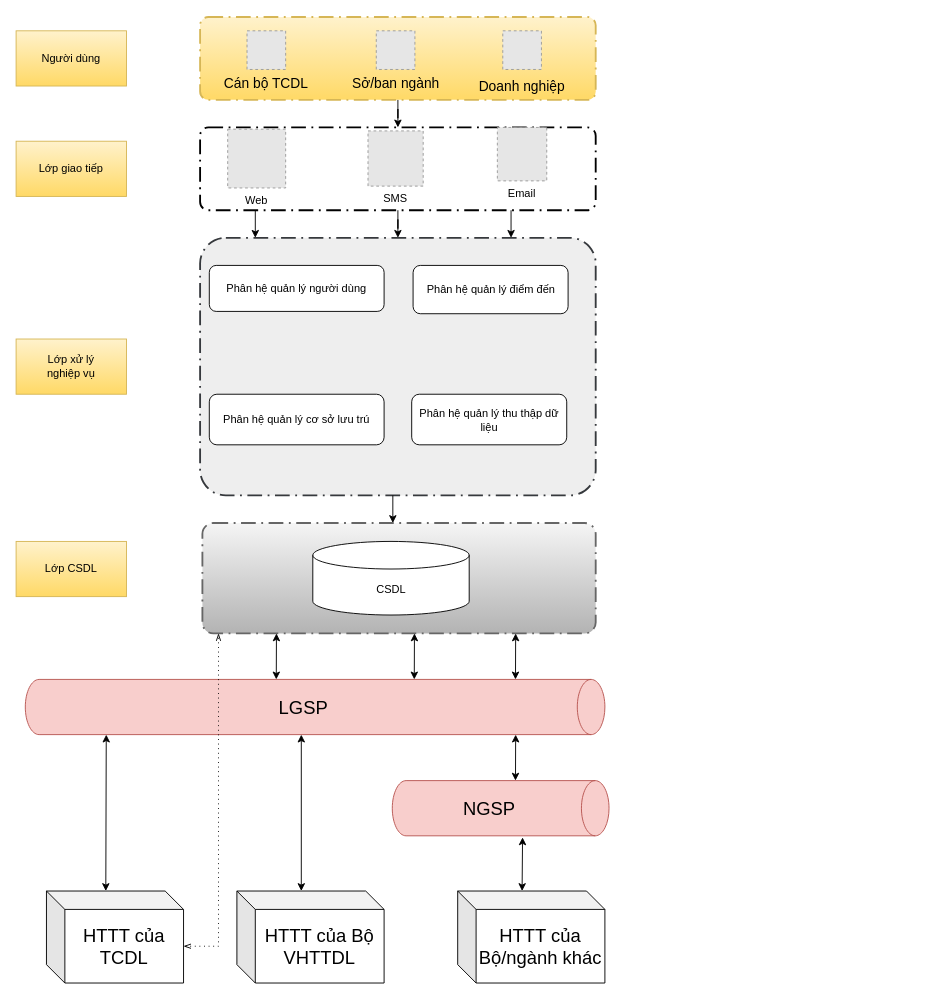
Earlier version of the draw.io diagram page "DU_LIEU_CHUYEN_NGANH" (3 of 5) of tcdl.drawio (letheanh12345/Draw-io). Source tidied: cells renumbered, new cells numbered last; positions are measured from the earlier drawing's top-left corner, leaving out a move shared by most shapes. Both pictures are drawn from the tidied source at 92%, with x=0, y=0 at pixel (16, 17). Pictures stored in the file or linked from it are replaced by grey dashed boxes.
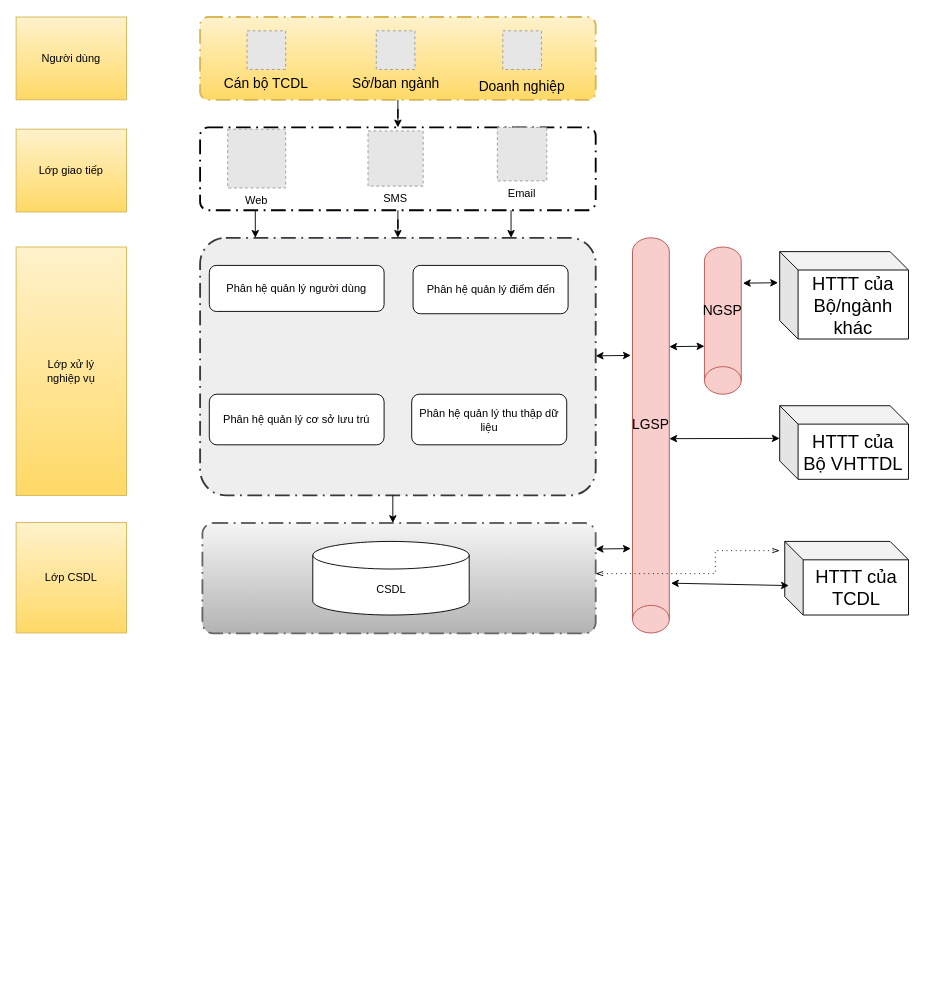
The same diagram, later.

The edit, as a diff of the source:
```diff
@@
     <mxCell id="17" value="Người dùng" style="rounded=0;whiteSpace=wrap;html=1;fillColor=#fff2cc;gradientColor=#ffd966;strokeColor=#d6b656;" parent="1" vertex="1">
-      <mxGeometry y="15" width="120" height="60" as="geometry" />
+      <mxGeometry width="120" height="90" as="geometry" />
     </mxCell>
     <mxCell id="18" value="Lớp giao tiếp" style="rounded=0;whiteSpace=wrap;html=1;fillColor=#fff2cc;gradientColor=#ffd966;strokeColor=#d6b656;" parent="1" vertex="1">
-      <mxGeometry y="135" width="120" height="60" as="geometry" />
+      <mxGeometry y="121.9" width="120" height="90" as="geometry" />
     </mxCell>
     <mxCell id="19" value="Lớp xử lý &lt;br&gt;nghiệp vụ" style="rounded=0;whiteSpace=wrap;html=1;fillColor=#fff2cc;gradientColor=#ffd966;strokeColor=#d6b656;" parent="1" vertex="1">
-      <mxGeometry y="350" width="120" height="60" as="geometry" />
+      <mxGeometry y="250" width="120" height="270" as="geometry" />
     </mxCell>
     <mxCell id="20" value="Lớp CSDL" style="rounded=0;whiteSpace=wrap;html=1;fillColor=#fff2cc;gradientColor=#ffd966;strokeColor=#d6b656;" parent="1" vertex="1">
-      <mxGeometry y="570" width="120" height="60" as="geometry" />
+      <mxGeometry y="549.5" width="120" height="120" as="geometry" />
     </mxCell>
@@
+    <mxCell id="39" value="Cán bộ TCDL" style="text;html=1;strokeColor=none;fillColor=none;align=center;verticalAlign=middle;whiteSpace=wrap;rounded=0;fontSize=15;" parent="1" vertex="1">
+      <mxGeometry x="222" y="57" width="100" height="30" as="geometry" />
+    </mxCell>
+    <mxCell id="40" value="Sở/ban ngành" style="text;html=1;strokeColor=none;fillColor=none;align=center;verticalAlign=middle;whiteSpace=wrap;rounded=0;fontSize=15;" parent="1" vertex="1">
+      <mxGeometry x="362.5" y="57" width="100" height="30" as="geometry" />
+    </mxCell>
+    <mxCell id="41" value="Doanh nghiệp" style="text;html=1;strokeColor=none;fillColor=none;align=center;verticalAlign=middle;whiteSpace=wrap;rounded=0;fontSize=15;" parent="1" vertex="1">
+      <mxGeometry x="500" y="60" width="100" height="30" as="geometry" />
+    </mxCell>
-    <mxCell id="26" value="&lt;font style=&quot;font-size: 20px;&quot;&gt;LGSP&lt;/font&gt;" style="shape=cylinder3;whiteSpace=wrap;html=1;boundedLbl=1;backgroundOutline=1;size=15;direction=south;fillColor=#f8cecc;strokeColor=#b85450;" parent="1" vertex="1">
-      <mxGeometry x="10" y="720" width="630" height="60" as="geometry" />
+    <mxCell id="26" value="&lt;font style=&quot;font-size: 15px;&quot;&gt;LGSP&lt;/font&gt;" style="shape=cylinder3;whiteSpace=wrap;html=1;boundedLbl=1;backgroundOutline=1;size=15;direction=west;fillColor=#f8cecc;strokeColor=#b85450;" parent="1" vertex="1">
+      <mxGeometry x="670" y="240" width="40" height="429.5" as="geometry" />
     </mxCell>
     <mxCell id="27" value="HTTT của TCDL" style="shape=cube;whiteSpace=wrap;html=1;boundedLbl=1;backgroundOutline=1;darkOpacity=0.05;darkOpacity2=0.1;fontSize=20;" parent="1" vertex="1">
-      <mxGeometry x="33" y="950" width="149" height="100" as="geometry" />
+      <mxGeometry x="835.5" y="570" width="134.5" height="80" as="geometry" />
     </mxCell>
     <mxCell id="28" value="HTTT của Bộ VHTTDL" style="shape=cube;whiteSpace=wrap;html=1;boundedLbl=1;backgroundOutline=1;darkOpacity=0.05;darkOpacity2=0.1;fontSize=20;" parent="1" vertex="1">
-      <mxGeometry x="240" y="950" width="160" height="100" as="geometry" />
+      <mxGeometry x="830" y="422.5" width="140" height="80" as="geometry" />
     </mxCell>
     <mxCell id="29" value="HTTT của Bộ/ngành khác" style="shape=cube;whiteSpace=wrap;html=1;boundedLbl=1;backgroundOutline=1;darkOpacity=0.05;darkOpacity2=0.1;fontSize=20;" parent="1" vertex="1">
-      <mxGeometry x="480" y="950" width="160" height="100" as="geometry" />
+      <mxGeometry x="830" y="255" width="140" height="95" as="geometry" />
     </mxCell>
-    <mxCell id="30" value="&lt;font style=&quot;font-size: 20px;&quot;&gt;NGSP&lt;/font&gt;" style="shape=cylinder3;whiteSpace=wrap;html=1;boundedLbl=1;backgroundOutline=1;size=15;direction=south;fillColor=#f8cecc;strokeColor=#b85450;" parent="1" vertex="1">
-      <mxGeometry x="408.9" y="830" width="235.6" height="60" as="geometry" />
+    <mxCell id="30" value="&lt;font style=&quot;font-size: 15px;&quot;&gt;NGSP&lt;/font&gt;" style="shape=cylinder3;whiteSpace=wrap;html=1;boundedLbl=1;backgroundOutline=1;size=15;direction=west;fillColor=#f8cecc;strokeColor=#b85450;" parent="1" vertex="1">
+      <mxGeometry x="748.2" y="250" width="40" height="160" as="geometry" />
     </mxCell>
-    <mxCell id="31" style="endArrow=classic;startArrow=classic;html=1;rounded=0;fontSize=20;exitX=0.167;exitY=0.78;exitDx=0;exitDy=0;exitPerimeter=0;" parent="1" edge="1">
-      <mxGeometry relative="1" as="geometry">
-        <mxPoint x="282.8" y="720" as="sourcePoint" />
-        <mxPoint x="283" y="670" as="targetPoint" />
-      </mxGeometry>
-    </mxCell>
-    <mxCell id="32" style="endArrow=classic;startArrow=classic;html=1;rounded=0;fontSize=20;exitX=0.167;exitY=0.78;exitDx=0;exitDy=0;exitPerimeter=0;" parent="1" edge="1">
-      <mxGeometry relative="1" as="geometry">
-        <mxPoint x="432.8" y="720" as="sourcePoint" />
-        <mxPoint x="433" y="670" as="targetPoint" />
-      </mxGeometry>
-    </mxCell>
-    <mxCell id="33" style="endArrow=classic;startArrow=classic;html=1;rounded=0;fontSize=20;exitX=0.167;exitY=0.78;exitDx=0;exitDy=0;exitPerimeter=0;" parent="1" edge="1">
-      <mxGeometry relative="1" as="geometry">
-        <mxPoint x="542.8" y="720" as="sourcePoint" />
-        <mxPoint x="543" y="670" as="targetPoint" />
-      </mxGeometry>
-    </mxCell>
-    <mxCell id="34" style="endArrow=classic;startArrow=classic;html=1;rounded=0;fontSize=20;exitX=0.167;exitY=0.78;exitDx=0;exitDy=0;exitPerimeter=0;" parent="1" edge="1">
-      <mxGeometry relative="1" as="geometry">
-        <mxPoint x="542.8" y="830" as="sourcePoint" />
-        <mxPoint x="543" y="780" as="targetPoint" />
-      </mxGeometry>
-    </mxCell>
-    <mxCell id="35" style="endArrow=classic;startArrow=classic;html=1;rounded=0;fontSize=20;exitX=0;exitY=0;exitDx=70;exitDy=0;exitPerimeter=0;entryX=1.028;entryY=0.399;entryDx=0;entryDy=0;entryPerimeter=0;" parent="1" edge="1" source="29" target="30">
-      <mxGeometry relative="1" as="geometry" />
-    </mxCell>
-    <mxCell id="36" style="endArrow=classic;startArrow=classic;html=1;rounded=0;fontSize=20;exitX=0;exitY=0;exitDx=64.5;exitDy=0;exitPerimeter=0;" parent="1" edge="1" source="27">
-      <mxGeometry relative="1" as="geometry">
-        <mxPoint x="98" y="780" as="targetPoint" />
-      </mxGeometry>
-    </mxCell>
-    <mxCell id="37" style="endArrow=classic;startArrow=classic;html=1;rounded=0;fontSize=20;exitX=0;exitY=0;exitDx=70;exitDy=0;exitPerimeter=0;" parent="1" edge="1" source="28">
-      <mxGeometry relative="1" as="geometry">
-        <mxPoint x="310" y="780" as="targetPoint" />
-      </mxGeometry>
-    </mxCell>
-    <mxCell id="38" style="edgeStyle=elbowEdgeStyle;fontSize=12;html=1;endFill=0;startFill=0;endSize=6;startSize=6;dashed=1;dashPattern=1 4;endArrow=openThin;startArrow=openThin;rounded=0;exitX=0;exitY=0;exitDx=149;exitDy=60;exitPerimeter=0;entryX=0.125;entryY=1;entryDx=0;entryDy=0;entryPerimeter=0;" parent="1" edge="1" source="27">
-      <mxGeometry relative="1" as="geometry">
-        <mxPoint x="220" y="670" as="targetPoint" />
-        <Array as="points">
-          <mxPoint x="220" y="790" />
-          <mxPoint x="150" y="940" />
-        </Array>
-      </mxGeometry>
-    </mxCell>
-    <mxCell id="39" value="Cán bộ TCDL" style="text;html=1;strokeColor=none;fillColor=none;align=center;verticalAlign=middle;whiteSpace=wrap;rounded=0;fontSize=15;" parent="1" vertex="1">
-      <mxGeometry x="222" y="57" width="100" height="30" as="geometry" />
-    </mxCell>
-    <mxCell id="40" value="Sở/ban ngành" style="text;html=1;strokeColor=none;fillColor=none;align=center;verticalAlign=middle;whiteSpace=wrap;rounded=0;fontSize=15;" parent="1" vertex="1">
-      <mxGeometry x="362.5" y="57" width="100" height="30" as="geometry" />
-    </mxCell>
-    <mxCell id="41" value="Doanh nghiệp" style="text;html=1;strokeColor=none;fillColor=none;align=center;verticalAlign=middle;whiteSpace=wrap;rounded=0;fontSize=15;" parent="1" vertex="1">
-      <mxGeometry x="500" y="60" width="100" height="30" as="geometry" />
-    </mxCell>
+    <mxCell id="42" style="endArrow=classic;startArrow=classic;html=1;rounded=0;fontSize=20;exitX=-0.046;exitY=0.204;exitDx=0;exitDy=0;exitPerimeter=0;entryX=1;entryY=0.5;entryDx=0;entryDy=0;entryPerimeter=0;" parent="1" edge="1">
+      <mxGeometry relative="1" as="geometry">
+        <mxPoint x="710" y="358.3" as="sourcePoint" />
+        <mxPoint x="748.2" y="357.8" as="targetPoint" />
+      </mxGeometry>
+    </mxCell>
+    <mxCell id="43" style="endArrow=classic;startArrow=classic;html=1;rounded=0;fontSize=20;exitX=-0.046;exitY=0.204;exitDx=0;exitDy=0;exitPerimeter=0;entryX=1;entryY=0.5;entryDx=0;entryDy=0;entryPerimeter=0;" parent="1" edge="1">
+      <mxGeometry relative="1" as="geometry">
+        <mxPoint x="790" y="289.3" as="sourcePoint" />
+        <mxPoint x="828.2" y="288.8" as="targetPoint" />
+      </mxGeometry>
+    </mxCell>
+    <mxCell id="44" style="endArrow=classic;startArrow=classic;html=1;rounded=0;fontSize=20;exitX=-0.046;exitY=0.204;exitDx=0;exitDy=0;exitPerimeter=0;" parent="1" edge="1">
+      <mxGeometry relative="1" as="geometry">
+        <mxPoint x="710" y="458.3" as="sourcePoint" />
+        <mxPoint x="830" y="458" as="targetPoint" />
+      </mxGeometry>
+    </mxCell>
+    <mxCell id="45" style="endArrow=classic;startArrow=classic;html=1;rounded=0;fontSize=20;exitX=-0.046;exitY=0.126;exitDx=0;exitDy=0;exitPerimeter=0;entryX=0.033;entryY=0.6;entryDx=0;entryDy=0;entryPerimeter=0;" parent="1" edge="1" source="26" target="27">
+      <mxGeometry relative="1" as="geometry" />
+    </mxCell>
+    <mxCell id="46" style="edgeStyle=elbowEdgeStyle;fontSize=12;html=1;endFill=0;startFill=0;endSize=6;startSize=6;dashed=1;dashPattern=1 4;endArrow=openThin;startArrow=openThin;rounded=0;exitX=1;exitY=0.5;exitDx=0;exitDy=0;exitPerimeter=0;" parent="1" edge="1">
+      <mxGeometry relative="1" as="geometry">
+        <mxPoint x="630" y="605" as="sourcePoint" />
+        <mxPoint x="830" y="580" as="targetPoint" />
+        <Array as="points">
+          <mxPoint x="760" y="590" />
+          <mxPoint x="658" y="880" />
+        </Array>
+      </mxGeometry>
+    </mxCell>
+    <mxCell id="47" style="endArrow=classic;startArrow=classic;html=1;rounded=0;fontSize=20;exitX=-0.046;exitY=0.204;exitDx=0;exitDy=0;exitPerimeter=0;entryX=1;entryY=0.5;entryDx=0;entryDy=0;entryPerimeter=0;" parent="1" edge="1">
+      <mxGeometry relative="1" as="geometry">
+        <mxPoint x="630" y="368.3" as="sourcePoint" />
+        <mxPoint x="668.2" y="367.8" as="targetPoint" />
+      </mxGeometry>
+    </mxCell>
+    <mxCell id="48" style="endArrow=classic;startArrow=classic;html=1;rounded=0;fontSize=20;exitX=-0.046;exitY=0.204;exitDx=0;exitDy=0;exitPerimeter=0;entryX=1;entryY=0.5;entryDx=0;entryDy=0;entryPerimeter=0;" parent="1" edge="1">
+      <mxGeometry relative="1" as="geometry">
+        <mxPoint x="630" y="578.3" as="sourcePoint" />
+        <mxPoint x="668.2" y="577.8" as="targetPoint" />
+      </mxGeometry>
+    </mxCell>
```
